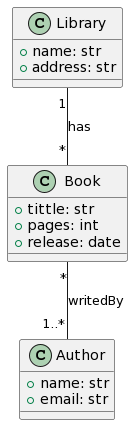
Before: docs/source/img/library_plantuml.png, a diagram exported from PlantUML (BESSER-PEARL/BESSER). Source of this version:
```plantuml
@startuml
class Library {
  + name: str
  + address: str
}

class Book {
  + tittle: str
  + pages: int
  + release: date
}

class Author {
  + name: str
  + email: str
}

Book "*" -- "1..*" Author: writedBy
Library "1" -- "*" Book: has
@enduml
```
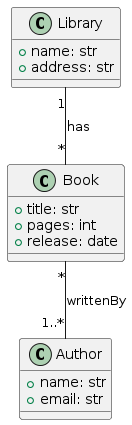
The same file after the commit.

What changed in the source:
```diff
@@ -1,20 +1,20 @@
 @startuml
 class Library {
-  + name: str
-  + address: str
++ name: str
++ address: str
 }
 
 class Book {
-  + tittle: str
-  + pages: int
-  + release: date
++ title: str
++ pages: int
++ release: date
 }
 
 class Author {
-  + name: str
-  + email: str
++ name: str
++ email: str
 }
 
-Book "*" -- "1..*" Author: writedBy
+Book "*" -- "1..*" Author: writtenBy
 Library "1" -- "*" Book: has
 @enduml
```
